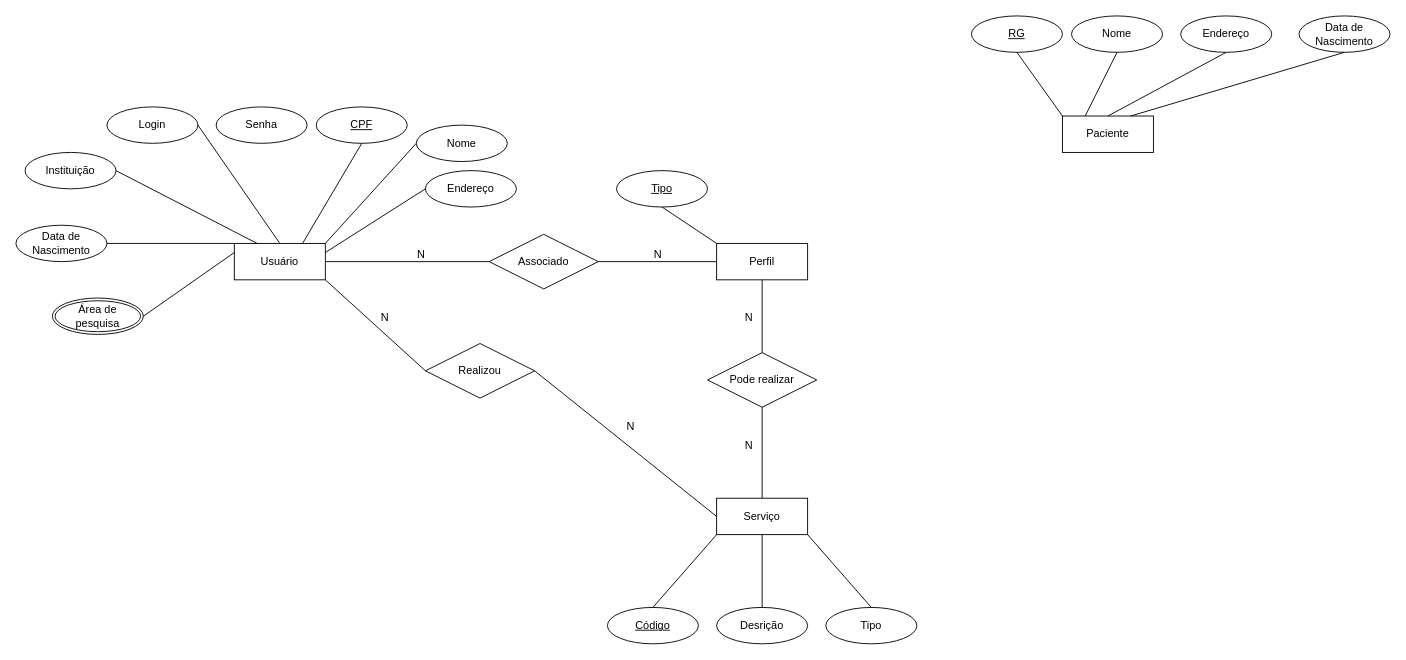
RaulReisS/EPMAC0350 keeps this draw.io diagram as Untitled Diagram.drawio. Above is the earlier version. Source tidied: cells renumbered, new cells numbered last; positions are measured from the earlier drawing's top-left corner, leaving out a move shared by most shapes. Both pictures are drawn from the tidied source at 91%, with x=0, y=0 at pixel (15, 15).
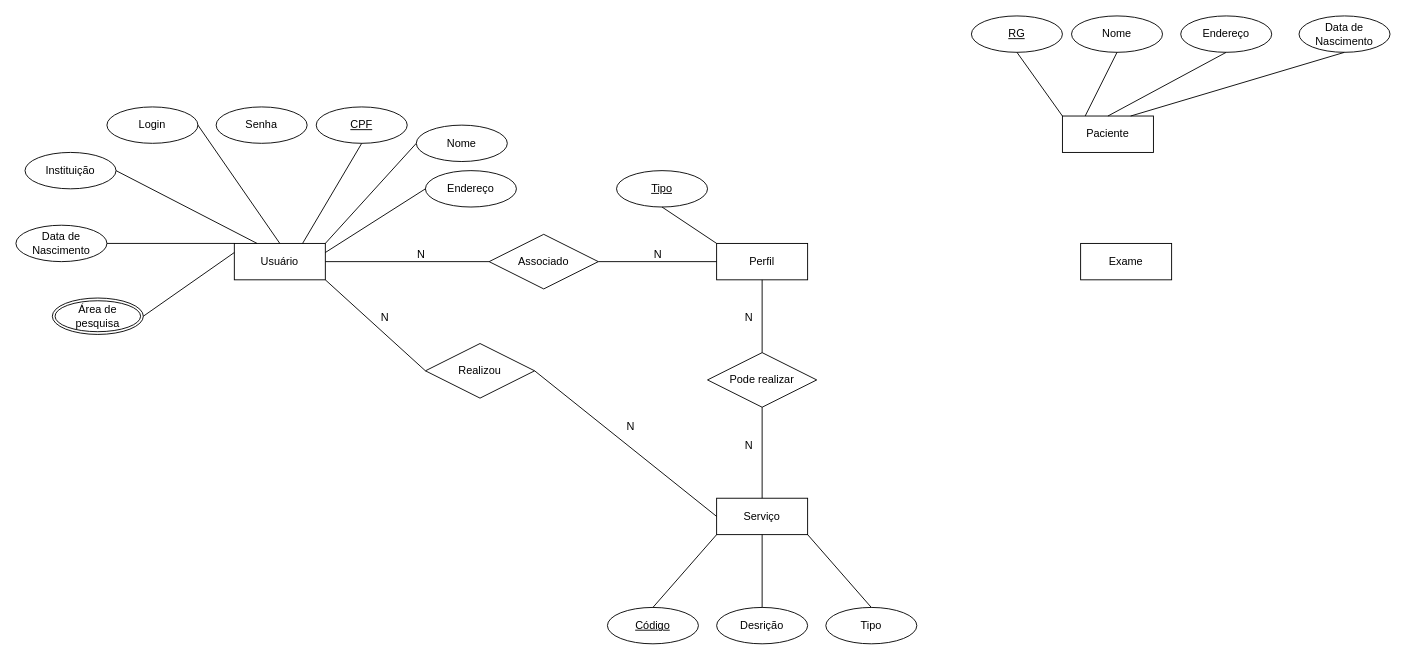
After the change.

What changed in the source:
```diff
@@
+    <mxCell id="52" value="Exame" style="whiteSpace=wrap;html=1;align=center;" parent="1" vertex="1">
+      <mxGeometry x="1170" y="250" width="100" height="40" as="geometry" />
+    </mxCell>
```
